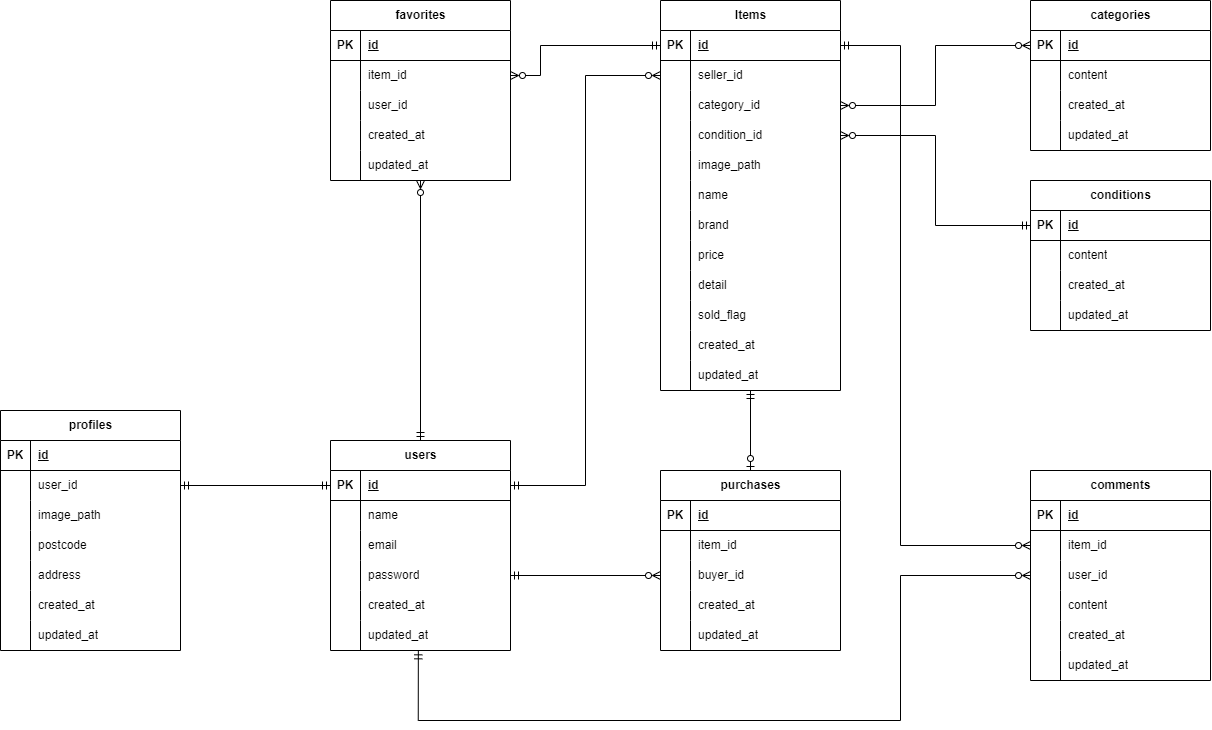
This is src/er-diagram.drawio.png from Roba-97/ObanaRyota-mockcase1-furima-app, a draw.io export, as it was before one commit. Source tidied: cells renumbered, new cells last; positions are measured from the earlier drawing's top-left corner, leaving out a move shared by most shapes.
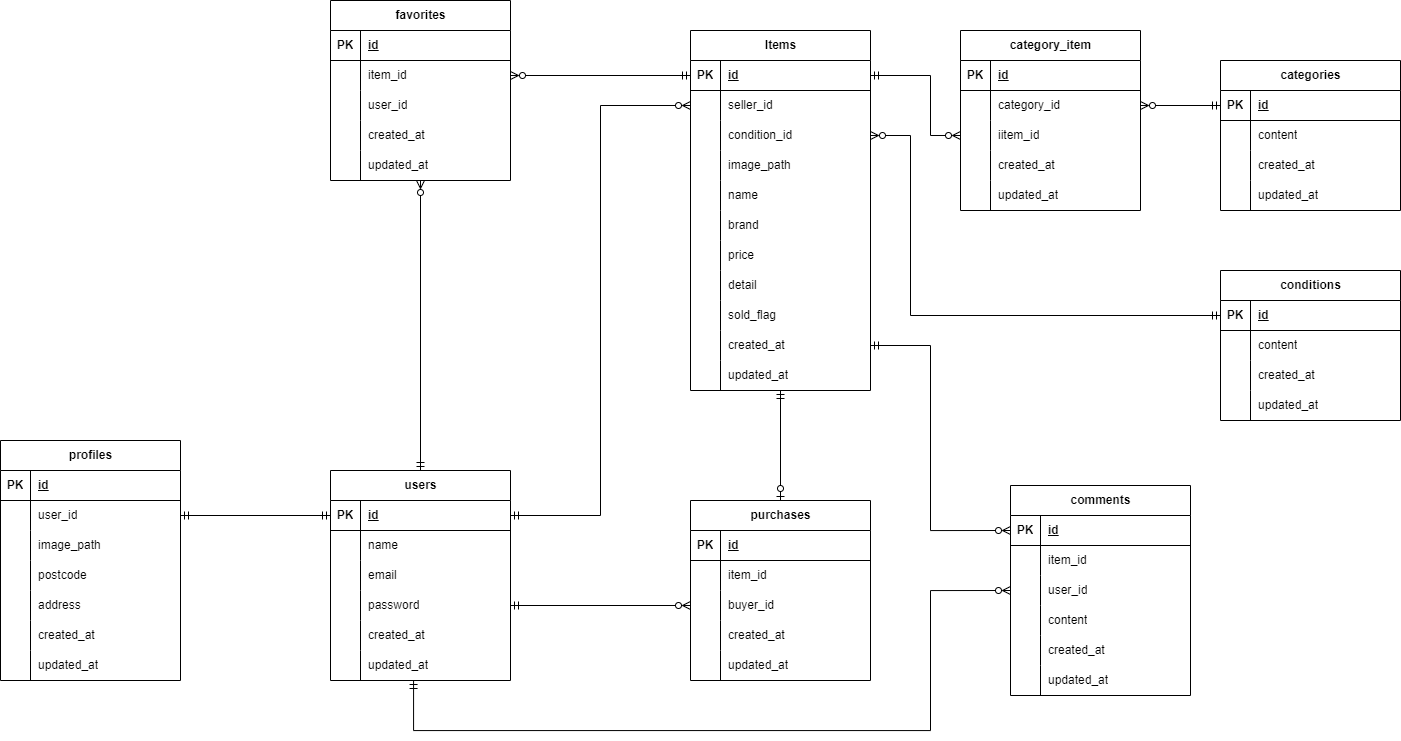
After the change.

Diff of the diagram source:
```diff
@@ -8,3 +8,3 @@
     <mxCell id="3" value="users" style="shape=table;startSize=30;rowLines=0;fontStyle=1;align=center;html=1;" parent="1" vertex="1">
-      <mxGeometry x="330" y="440" width="180" height="210" as="geometry" />
+      <mxGeometry x="220" y="440" width="180" height="210" as="geometry" />
     </mxCell>
@@ -65,3 +65,3 @@
     <mxCell id="22" value="profiles" style="shape=table;startSize=30;rowLines=0;fontStyle=1;align=center;html=1;" parent="1" vertex="1">
-      <mxGeometry y="410" width="180" height="240" as="geometry" />
+      <mxGeometry x="-110" y="410" width="180" height="240" as="geometry" />
     </mxCell>
@@ -131,3 +131,3 @@
     <mxCell id="44" value="Items" style="shape=table;startSize=30;rowLines=0;fontStyle=1;align=center;html=1;" parent="1" vertex="1">
-      <mxGeometry x="660" width="180" height="390" as="geometry" />
+      <mxGeometry x="580" width="180" height="360" as="geometry" />
     </mxCell>
@@ -151,13 +151,4 @@
     </mxCell>
-    <mxCell id="51" style="shape=tableRow;horizontal=0;startSize=0;swimlaneHead=0;swimlaneBody=0;fillColor=none;points=[[0,0.5],[1,0.5]];portConstraint=eastwest;top=0;left=0;right=0;bottom=0;" parent="44" vertex="1">
-      <mxGeometry y="90" width="180" height="30" as="geometry" />
-    </mxCell>
-    <mxCell id="52" style="shape=partialRectangle;fillColor=none;top=0;left=0;bottom=0;right=0;overflow=hidden;whiteSpace=wrap;html=1;" parent="51" vertex="1">
-      <mxGeometry width="30" height="30" as="geometry" />
-    </mxCell>
-    <mxCell id="53" value="category_id" style="shape=partialRectangle;fillColor=none;top=0;left=0;bottom=0;right=0;align=left;spacingLeft=6;overflow=hidden;whiteSpace=wrap;html=1;" parent="51" vertex="1">
-      <mxGeometry x="30" width="150" height="30" as="geometry" />
-    </mxCell>
     <mxCell id="54" style="shape=tableRow;horizontal=0;startSize=0;swimlaneHead=0;swimlaneBody=0;fillColor=none;points=[[0,0.5],[1,0.5]];portConstraint=eastwest;top=0;left=0;right=0;bottom=0;" parent="44" vertex="1">
-      <mxGeometry y="120" width="180" height="30" as="geometry" />
+      <mxGeometry y="90" width="180" height="30" as="geometry" />
     </mxCell>
@@ -170,3 +161,3 @@
     <mxCell id="57" style="shape=tableRow;horizontal=0;startSize=0;swimlaneHead=0;swimlaneBody=0;fillColor=none;top=0;left=0;right=0;bottom=0;" parent="44" vertex="1">
-      <mxGeometry y="150" width="180" height="30" as="geometry" />
+      <mxGeometry y="120" width="180" height="30" as="geometry" />
     </mxCell>
@@ -179,3 +170,3 @@
     <mxCell id="60" style="shape=tableRow;horizontal=0;startSize=0;swimlaneHead=0;swimlaneBody=0;fillColor=none;top=0;left=0;right=0;bottom=0;" parent="44" vertex="1">
-      <mxGeometry y="180" width="180" height="30" as="geometry" />
+      <mxGeometry y="150" width="180" height="30" as="geometry" />
     </mxCell>
@@ -188,3 +179,3 @@
     <mxCell id="63" style="shape=tableRow;horizontal=0;startSize=0;swimlaneHead=0;swimlaneBody=0;fillColor=none;top=0;left=0;right=0;bottom=0;" parent="44" vertex="1">
-      <mxGeometry y="210" width="180" height="30" as="geometry" />
+      <mxGeometry y="180" width="180" height="30" as="geometry" />
     </mxCell>
@@ -197,3 +188,3 @@
     <mxCell id="66" style="shape=tableRow;horizontal=0;startSize=0;swimlaneHead=0;swimlaneBody=0;fillColor=none;top=0;left=0;right=0;bottom=0;" parent="44" vertex="1">
-      <mxGeometry y="240" width="180" height="30" as="geometry" />
+      <mxGeometry y="210" width="180" height="30" as="geometry" />
     </mxCell>
@@ -206,3 +197,3 @@
     <mxCell id="69" style="shape=tableRow;horizontal=0;startSize=0;swimlaneHead=0;swimlaneBody=0;fillColor=none;top=0;left=0;right=0;bottom=0;" parent="44" vertex="1">
-      <mxGeometry y="270" width="180" height="30" as="geometry" />
+      <mxGeometry y="240" width="180" height="30" as="geometry" />
     </mxCell>
@@ -215,3 +206,3 @@
     <mxCell id="72" style="shape=tableRow;horizontal=0;startSize=0;swimlaneHead=0;swimlaneBody=0;fillColor=none;top=0;left=0;right=0;bottom=0;" parent="44" vertex="1">
-      <mxGeometry y="300" width="180" height="30" as="geometry" />
+      <mxGeometry y="270" width="180" height="30" as="geometry" />
     </mxCell>
@@ -224,3 +215,3 @@
     <mxCell id="75" style="shape=tableRow;horizontal=0;startSize=0;swimlaneHead=0;swimlaneBody=0;fillColor=none;points=[[0,0.5],[1,0.5]];portConstraint=eastwest;top=0;left=0;right=0;bottom=0;" parent="44" vertex="1">
-      <mxGeometry y="330" width="180" height="30" as="geometry" />
+      <mxGeometry y="300" width="180" height="30" as="geometry" />
     </mxCell>
@@ -233,3 +224,3 @@
     <mxCell id="78" style="shape=tableRow;horizontal=0;startSize=0;swimlaneHead=0;swimlaneBody=0;fillColor=none;points=[[0,0.5],[1,0.5]];portConstraint=eastwest;top=0;left=0;right=0;bottom=0;" parent="44" vertex="1">
-      <mxGeometry y="360" width="180" height="30" as="geometry" />
+      <mxGeometry y="330" width="180" height="30" as="geometry" />
     </mxCell>
@@ -242,3 +233,3 @@
     <mxCell id="81" value="favorites" style="shape=table;startSize=30;rowLines=0;fontStyle=1;align=center;html=1;" parent="1" vertex="1">
-      <mxGeometry x="330" width="180" height="180" as="geometry" />
+      <mxGeometry x="220" y="-30" width="180" height="180" as="geometry" />
     </mxCell>
@@ -290,3 +281,3 @@
     <mxCell id="97" value="categories" style="shape=table;startSize=30;rowLines=0;fontStyle=1;align=center;html=1;" parent="1" vertex="1">
-      <mxGeometry x="1030" width="180" height="150" as="geometry" />
+      <mxGeometry x="1110" y="30" width="180" height="150" as="geometry" />
     </mxCell>
@@ -329,3 +320,3 @@
     <mxCell id="110" value="conditions" style="shape=table;startSize=30;rowLines=0;fontStyle=1;align=center;html=1;" parent="1" vertex="1">
-      <mxGeometry x="1030" y="180" width="180" height="150" as="geometry" />
+      <mxGeometry x="1110" y="240" width="180" height="150" as="geometry" />
     </mxCell>
@@ -368,3 +359,3 @@
     <mxCell id="123" value="comments" style="shape=table;startSize=30;rowLines=0;fontStyle=1;align=center;html=1;" parent="1" vertex="1">
-      <mxGeometry x="1030" y="470" width="180" height="210" as="geometry" />
+      <mxGeometry x="900" y="455" width="180" height="210" as="geometry" />
     </mxCell>
@@ -428,3 +419,3 @@
     <mxCell id="143" value="purchases" style="shape=table;startSize=30;rowLines=0;fontStyle=1;align=center;html=1;" parent="1" vertex="1">
-      <mxGeometry x="660" y="470" width="180" height="180" as="geometry" />
+      <mxGeometry x="580" y="470" width="180" height="180" as="geometry" />
     </mxCell>
@@ -475,16 +466,10 @@
     </mxCell>
-    <mxCell id="159" style="edgeStyle=orthogonalEdgeStyle;html=1;exitX=0;exitY=0.5;exitDx=0;exitDy=0;startArrow=ERzeroToMany;startFill=0;endArrow=ERzeroToMany;endFill=0;rounded=0;curved=0;" parent="1" edge="1" source="98" target="51">
-      <mxGeometry relative="1" as="geometry" />
-    </mxCell>
     <mxCell id="160" style="edgeStyle=orthogonalEdgeStyle;html=1;exitX=1;exitY=0.5;exitDx=0;exitDy=0;entryX=0;entryY=0.5;entryDx=0;entryDy=0;endArrow=ERmandOne;endFill=0;startArrow=ERzeroToMany;startFill=0;rounded=0;curved=0;" parent="1" edge="1" source="54" target="111">
-      <mxGeometry relative="1" as="geometry" />
+      <mxGeometry relative="1" as="geometry">
+        <Array as="points">
+          <mxPoint x="800" y="105" />
+          <mxPoint x="800" y="285" />
+        </Array>
+      </mxGeometry>
     </mxCell>
-    <mxCell id="161" style="edgeStyle=orthogonalEdgeStyle;html=1;exitX=1;exitY=0.5;exitDx=0;exitDy=0;entryX=0;entryY=0.5;entryDx=0;entryDy=0;endArrow=ERzeroToMany;endFill=0;startArrow=ERmandOne;startFill=0;rounded=0;curved=0;" parent="1" edge="1" source="45" target="127">
-      <mxGeometry relative="1" as="geometry">
-        <Array as="points">
-          <mxPoint x="900" y="45" />
-          <mxPoint x="900" y="545" />
-        </Array>
-      </mxGeometry>
-    </mxCell>
     <mxCell id="162" style="edgeStyle=none;html=1;exitX=1;exitY=0.5;exitDx=0;exitDy=0;entryX=0;entryY=0.5;entryDx=0;entryDy=0;endArrow=ERmandOne;endFill=0;startArrow=ERmandOne;startFill=0;" parent="1" edge="1" source="26" target="4">
@@ -498,16 +483,81 @@
     </mxCell>
+    <mxCell id="167" value="category_item" style="shape=table;startSize=30;rowLines=0;fontStyle=1;align=center;html=1;" parent="1" vertex="1">
+      <mxGeometry x="850" width="180" height="180" as="geometry" />
+    </mxCell>
+    <mxCell id="168" style="shape=tableRow;horizontal=0;startSize=0;swimlaneHead=0;swimlaneBody=0;fillColor=none;top=0;left=0;right=0;bottom=1;" parent="167" vertex="1">
+      <mxGeometry y="30" width="180" height="30" as="geometry" />
+    </mxCell>
+    <mxCell id="169" value="PK" style="shape=partialRectangle;fillColor=none;top=0;left=0;bottom=0;right=0;fontStyle=1;overflow=hidden;whiteSpace=wrap;html=1;" parent="168" vertex="1">
+      <mxGeometry width="30" height="30" as="geometry" />
+    </mxCell>
+    <mxCell id="170" value="id" style="shape=partialRectangle;fillColor=none;top=0;left=0;bottom=0;right=0;align=left;spacingLeft=6;fontStyle=5;overflow=hidden;whiteSpace=wrap;html=1;" parent="168" vertex="1">
+      <mxGeometry x="30" width="150" height="30" as="geometry" />
+    </mxCell>
+    <mxCell id="171" style="shape=tableRow;horizontal=0;startSize=0;swimlaneHead=0;swimlaneBody=0;fillColor=none;points=[[0,0.5],[1,0.5]];portConstraint=eastwest;top=0;left=0;right=0;bottom=0;" parent="167" vertex="1">
+      <mxGeometry y="60" width="180" height="30" as="geometry" />
+    </mxCell>
+    <mxCell id="172" style="shape=partialRectangle;fillColor=none;top=0;left=0;bottom=0;right=0;overflow=hidden;whiteSpace=wrap;html=1;" parent="171" vertex="1">
+      <mxGeometry width="30" height="30" as="geometry" />
+    </mxCell>
+    <mxCell id="53" value="category_id" style="shape=partialRectangle;fillColor=none;top=0;left=0;bottom=0;right=0;align=left;spacingLeft=6;overflow=hidden;whiteSpace=wrap;html=1;" parent="171" vertex="1">
+      <mxGeometry x="30" width="150" height="30" as="geometry" />
+    </mxCell>
+    <mxCell id="51" style="shape=tableRow;horizontal=0;startSize=0;swimlaneHead=0;swimlaneBody=0;fillColor=none;points=[[0,0.5],[1,0.5]];portConstraint=eastwest;top=0;left=0;right=0;bottom=0;" parent="167" vertex="1">
+      <mxGeometry y="90" width="180" height="30" as="geometry" />
+    </mxCell>
+    <mxCell id="173" style="shape=partialRectangle;fillColor=none;top=0;left=0;bottom=0;right=0;overflow=hidden;whiteSpace=wrap;html=1;" parent="51" vertex="1">
+      <mxGeometry width="30" height="30" as="geometry" />
+    </mxCell>
+    <mxCell id="174" value="iitem_id" style="shape=partialRectangle;fillColor=none;top=0;left=0;bottom=0;right=0;align=left;spacingLeft=6;overflow=hidden;whiteSpace=wrap;html=1;" parent="51" vertex="1">
+      <mxGeometry x="30" width="150" height="30" as="geometry" />
+    </mxCell>
+    <mxCell id="175" style="shape=tableRow;horizontal=0;startSize=0;swimlaneHead=0;swimlaneBody=0;fillColor=none;top=0;left=0;right=0;bottom=0;" parent="167" vertex="1">
+      <mxGeometry y="120" width="180" height="30" as="geometry" />
+    </mxCell>
+    <mxCell id="176" style="shape=partialRectangle;fillColor=none;top=0;left=0;bottom=0;right=0;overflow=hidden;whiteSpace=wrap;html=1;" parent="175" vertex="1">
+      <mxGeometry width="30" height="30" as="geometry" />
+    </mxCell>
+    <mxCell id="177" value="created_at" style="shape=partialRectangle;fillColor=none;top=0;left=0;bottom=0;right=0;align=left;spacingLeft=6;overflow=hidden;whiteSpace=wrap;html=1;" parent="175" vertex="1">
+      <mxGeometry x="30" width="150" height="30" as="geometry" />
+    </mxCell>
+    <mxCell id="178" style="shape=tableRow;horizontal=0;startSize=0;swimlaneHead=0;swimlaneBody=0;fillColor=none;top=0;left=0;right=0;bottom=0;" parent="167" vertex="1">
+      <mxGeometry y="150" width="180" height="30" as="geometry" />
+    </mxCell>
+    <mxCell id="179" style="shape=partialRectangle;fillColor=none;top=0;left=0;bottom=0;right=0;overflow=hidden;whiteSpace=wrap;html=1;" parent="178" vertex="1">
+      <mxGeometry width="30" height="30" as="geometry" />
+    </mxCell>
+    <mxCell id="180" value="updated_at" style="shape=partialRectangle;fillColor=none;top=0;left=0;bottom=0;right=0;align=left;spacingLeft=6;overflow=hidden;whiteSpace=wrap;html=1;" parent="178" vertex="1">
+      <mxGeometry x="30" width="150" height="30" as="geometry" />
+    </mxCell>
-    <mxCell id="165" style="edgeStyle=orthogonalEdgeStyle;html=1;exitX=0;exitY=0.5;exitDx=0;exitDy=0;entryX=1;entryY=0.5;entryDx=0;entryDy=0;endArrow=ERzeroToMany;endFill=0;startArrow=ERmandOne;startFill=0;rounded=0;curved=0;" parent="1" edge="1" source="45" target="85">
-      <mxGeometry relative="1" as="geometry">
-        <Array as="points">
-          <mxPoint x="540" y="45" />
-          <mxPoint x="540" y="75" />
-        </Array>
-      </mxGeometry>
+    <mxCell id="165" style="edgeStyle=none;html=1;exitX=0;exitY=0.5;exitDx=0;exitDy=0;entryX=1;entryY=0.5;entryDx=0;entryDy=0;endArrow=ERzeroToMany;endFill=0;startArrow=ERmandOne;startFill=0;" parent="1" edge="1" source="45" target="85">
+      <mxGeometry relative="1" as="geometry" />
     </mxCell>
+    <mxCell id="181" style="edgeStyle=none;html=1;exitX=1;exitY=0.5;exitDx=0;exitDy=0;entryX=0;entryY=0.5;entryDx=0;entryDy=0;endArrow=ERmandOne;endFill=0;startArrow=ERzeroToMany;startFill=0;" parent="1" edge="1" source="171" target="98">
+      <mxGeometry relative="1" as="geometry" />
+    </mxCell>
+    <mxCell id="182" style="edgeStyle=orthogonalEdgeStyle;html=1;exitX=1;exitY=0.5;exitDx=0;exitDy=0;entryX=0;entryY=0.5;entryDx=0;entryDy=0;strokeColor=none;rounded=0;curved=0;endArrow=ERzeroToMany;endFill=0;startArrow=ERmandOne;startFill=0;" parent="1" edge="1" source="45" target="51">
+      <mxGeometry relative="1" as="geometry" />
+    </mxCell>
+    <mxCell id="183" style="edgeStyle=orthogonalEdgeStyle;html=1;exitX=0;exitY=0.5;exitDx=0;exitDy=0;entryX=1;entryY=0.5;entryDx=0;entryDy=0;rounded=0;endArrow=ERmandOne;endFill=0;startArrow=ERzeroToMany;startFill=0;" parent="1" edge="1" source="51" target="45">
+      <mxGeometry relative="1" as="geometry">
+        <Array as="points">
+          <mxPoint x="820" y="105" />
+          <mxPoint x="820" y="45" />
+        </Array>
+      </mxGeometry>
+    </mxCell>
+    <mxCell id="184" style="edgeStyle=orthogonalEdgeStyle;html=1;exitX=0;exitY=0.5;exitDx=0;exitDy=0;entryX=1;entryY=0.5;entryDx=0;entryDy=0;rounded=0;endArrow=ERmandOne;endFill=0;startArrow=ERzeroToMany;startFill=0;curved=0;" parent="1" edge="1" source="124" target="75">
+      <mxGeometry relative="1" as="geometry">
+        <Array as="points">
+          <mxPoint x="820" y="500" />
+          <mxPoint x="820" y="315" />
+        </Array>
+      </mxGeometry>
+    </mxCell>
-    <mxCell id="166" style="edgeStyle=orthogonalEdgeStyle;html=1;exitX=0;exitY=0.5;exitDx=0;exitDy=0;entryX=0.488;entryY=1.011;entryDx=0;entryDy=0;entryPerimeter=0;rounded=0;curved=0;endArrow=ERmandOne;endFill=0;startArrow=ERzeroToMany;startFill=0;" parent="1" edge="1" source="130" target="19">
+    <mxCell id="166" style="edgeStyle=orthogonalEdgeStyle;html=1;exitX=0;exitY=0.5;exitDx=0;exitDy=0;rounded=0;curved=0;endArrow=ERmandOne;endFill=0;startArrow=ERzeroToMany;startFill=0;" parent="1" edge="1" source="130" target="19">
       <mxGeometry relative="1" as="geometry">
         <Array as="points">
-          <mxPoint x="900" y="575" />
-          <mxPoint x="900" y="720" />
-          <mxPoint x="418" y="720" />
+          <mxPoint x="820" y="560" />
+          <mxPoint x="820" y="700" />
+          <mxPoint x="303" y="700" />
         </Array>
```
